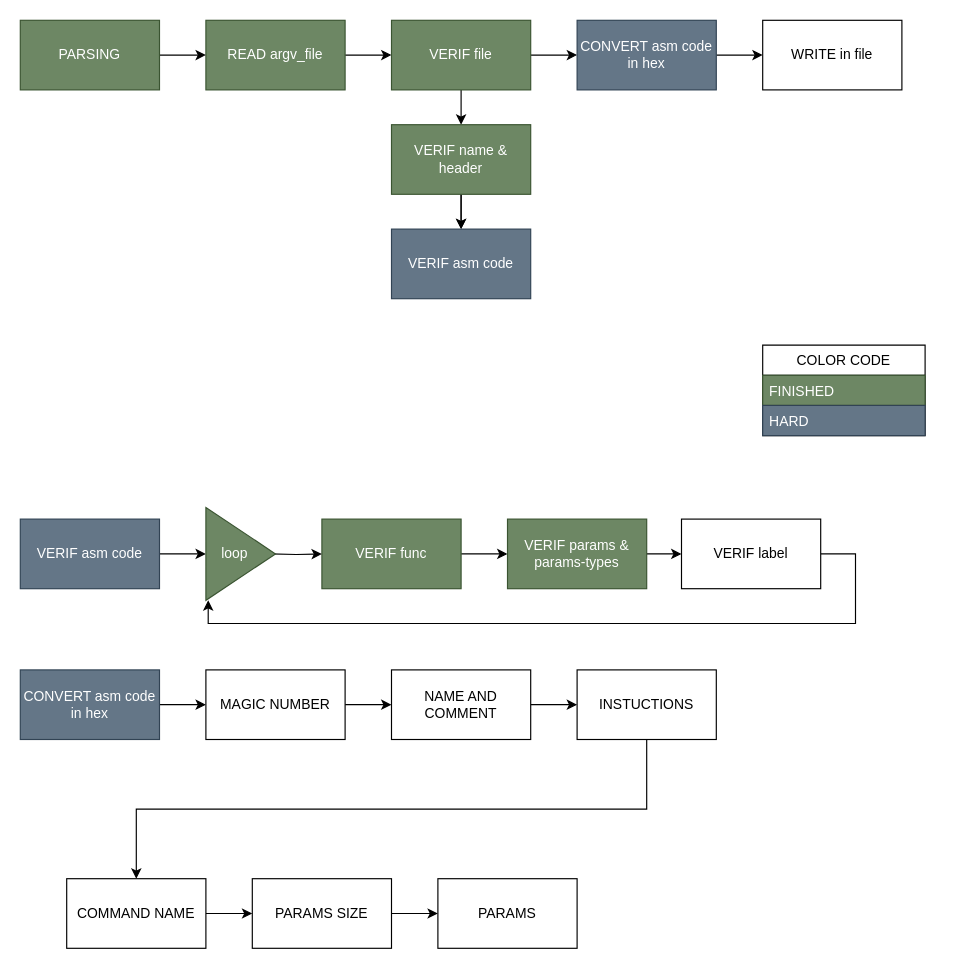
This is archi/archi_asm.drawio from PierreMauger/Corewar, a draw.io file, before an edit. Source tidied: cells renumbered, new cells numbered last; positions are measured from the earlier drawing's top-left corner, leaving out a move shared by most shapes. Both pictures are drawn from the tidied source at 116%, with x=0, y=0 at pixel (20, 20).
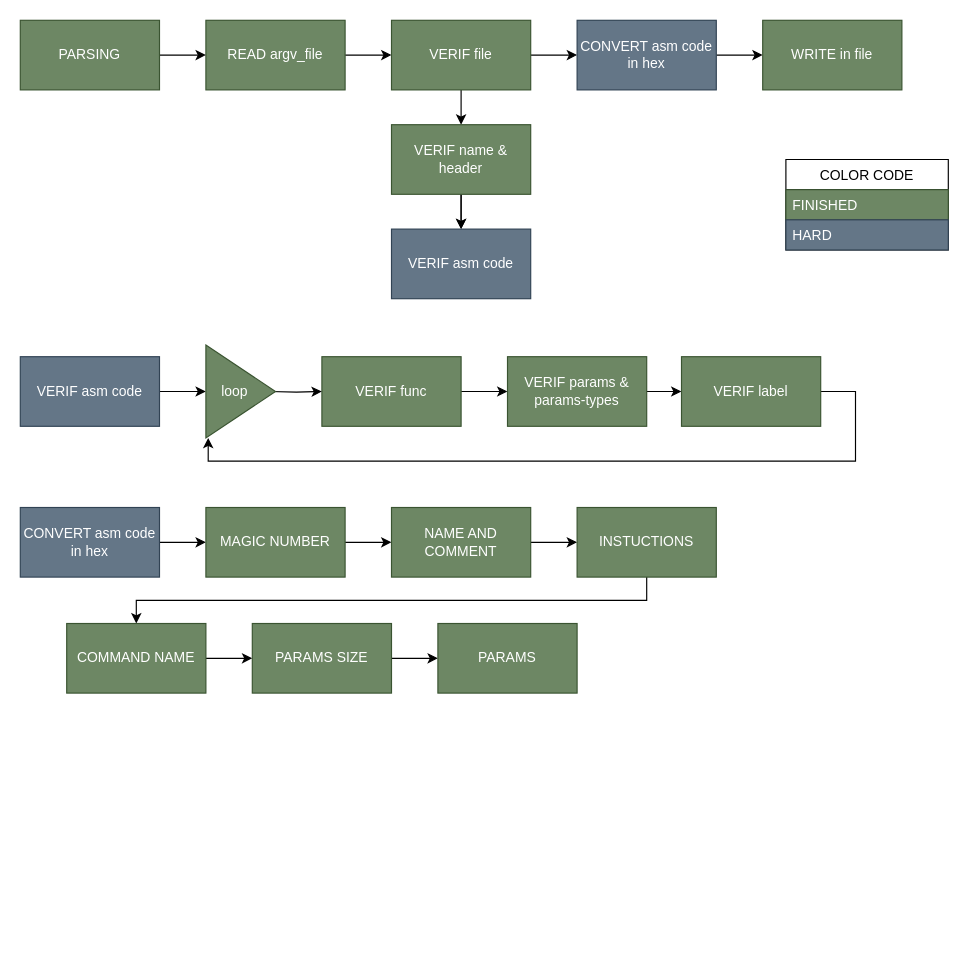
The same diagram, later.

Commit message (it also covers changes not shown here):
FIX: update tester path and asm drawio

Diff of the diagram source:
```diff
@@
-    <mxCell id="15" value="WRITE in file" style="rounded=0;whiteSpace=wrap;html=1;" parent="1" vertex="1">
+    <mxCell id="15" value="WRITE in file" style="rounded=0;whiteSpace=wrap;html=1;fillColor=#6d8764;strokeColor=#3A5431;fontColor=#ffffff;" parent="1" vertex="1">
       <mxGeometry x="640" width="120" height="60" as="geometry" />
     </mxCell>
@@
     <mxCell id="17" value="VERIF asm code" style="rounded=0;whiteSpace=wrap;html=1;fillColor=#647687;strokeColor=#314354;fontColor=#ffffff;" parent="1" vertex="1">
-      <mxGeometry y="430" width="120" height="60" as="geometry" />
+      <mxGeometry y="290" width="120" height="60" as="geometry" />
     </mxCell>
     <mxCell id="18" style="edgeStyle=orthogonalEdgeStyle;rounded=0;jettySize=auto;html=1;" parent="1" edge="1" source="19">
       <mxGeometry relative="1" as="geometry">
-        <mxPoint x="160" y="590" as="targetPoint" />
+        <mxPoint x="160" y="450" as="targetPoint" />
       </mxGeometry>
     </mxCell>
     <mxCell id="19" value="&lt;div&gt;CONVERT asm code&lt;br&gt;&lt;/div&gt;&lt;div&gt;in hex&lt;br&gt;&lt;/div&gt;" style="rounded=0;whiteSpace=wrap;html=1;fillColor=#647687;strokeColor=#314354;fontColor=#ffffff;" parent="1" vertex="1">
-      <mxGeometry y="560" width="120" height="60" as="geometry" />
+      <mxGeometry y="420" width="120" height="60" as="geometry" />
     </mxCell>
@@
     <mxCell id="21" value="VERIF func" style="rounded=0;whiteSpace=wrap;html=1;fillColor=#6d8764;strokeColor=#3A5431;fontColor=#ffffff;" parent="1" vertex="1">
-      <mxGeometry x="260" y="430" width="120" height="60" as="geometry" />
+      <mxGeometry x="260" y="290" width="120" height="60" as="geometry" />
     </mxCell>
     <mxCell id="22" style="edgeStyle=orthogonalEdgeStyle;rounded=0;jettySize=auto;html=1;entryX=0.033;entryY=1;entryDx=0;entryDy=0;entryPerimeter=0;" parent="1" edge="1" source="30" target="26">
       <mxGeometry relative="1" as="geometry">
         <Array as="points">
-          <mxPoint x="720" y="460" />
-          <mxPoint x="720" y="520" />
-          <mxPoint x="162" y="520" />
+          <mxPoint x="720" y="320" />
+          <mxPoint x="720" y="380" />
+          <mxPoint x="162" y="380" />
         </Array>
       </mxGeometry>
     </mxCell>
@@
     <mxCell id="24" value="VERIF params &amp;amp; params-types" style="rounded=0;whiteSpace=wrap;html=1;fillColor=#6d8764;strokeColor=#3A5431;fontColor=#ffffff;" parent="1" vertex="1">
-      <mxGeometry x="420" y="430" width="120" height="60" as="geometry" />
+      <mxGeometry x="420" y="290" width="120" height="60" as="geometry" />
     </mxCell>
     <mxCell id="25" style="edgeStyle=orthogonalEdgeStyle;rounded=0;jettySize=auto;html=1;" parent="1" edge="1" target="21">
       <mxGeometry relative="1" as="geometry">
-        <mxPoint x="215" y="460" as="sourcePoint" />
+        <mxPoint x="215" y="320" as="sourcePoint" />
       </mxGeometry>
     </mxCell>
     <mxCell id="26" value="&lt;div&gt;loop&amp;nbsp;&amp;nbsp;&amp;nbsp; &lt;br&gt;&lt;/div&gt;" style="triangle;whiteSpace=wrap;html=1;fillColor=#6d8764;strokeColor=#3A5431;fontColor=#ffffff;" parent="1" vertex="1">
-      <mxGeometry x="160" y="420" width="60" height="80" as="geometry" />
+      <mxGeometry x="160" y="280" width="60" height="80" as="geometry" />
     </mxCell>
     <mxCell id="27" value="COLOR CODE" style="swimlane;fontStyle=0;horizontal=1;startSize=26;fillColor=none;" parent="1" vertex="1">
-      <mxGeometry x="640" y="280" width="140" height="78" as="geometry" />
+      <mxGeometry x="660" y="120" width="140" height="78" as="geometry" />
     </mxCell>
@@
-    <mxCell id="30" value="VERIF label" style="rounded=0;whiteSpace=wrap;html=1;" parent="1" vertex="1">
-      <mxGeometry x="570" y="430" width="120" height="60" as="geometry" />
+    <mxCell id="30" value="VERIF label" style="rounded=0;whiteSpace=wrap;html=1;fillColor=#6d8764;strokeColor=#3A5431;fontColor=#ffffff;" parent="1" vertex="1">
+      <mxGeometry x="570" y="290" width="120" height="60" as="geometry" />
     </mxCell>
@@
-    <mxCell id="32" value="MAGIC NUMBER" style="rounded=0;whiteSpace=wrap;html=1;" parent="1" vertex="1">
-      <mxGeometry x="160" y="560" width="120" height="60" as="geometry" />
+    <mxCell id="32" value="MAGIC NUMBER" style="rounded=0;whiteSpace=wrap;html=1;fillColor=#6d8764;strokeColor=#3A5431;fontColor=#ffffff;" parent="1" vertex="1">
+      <mxGeometry x="160" y="420" width="120" height="60" as="geometry" />
     </mxCell>
@@
-    <mxCell id="34" value="NAME AND COMMENT" style="rounded=0;whiteSpace=wrap;html=1;" parent="1" vertex="1">
-      <mxGeometry x="320" y="560" width="120" height="60" as="geometry" />
+    <mxCell id="34" value="NAME AND COMMENT" style="rounded=0;whiteSpace=wrap;html=1;fillColor=#6d8764;strokeColor=#3A5431;fontColor=#ffffff;" parent="1" vertex="1">
+      <mxGeometry x="320" y="420" width="120" height="60" as="geometry" />
     </mxCell>
@@
-    <mxCell id="36" value="INSTUCTIONS" style="rounded=0;whiteSpace=wrap;html=1;" parent="1" vertex="1">
-      <mxGeometry x="480" y="560" width="120" height="60" as="geometry" />
+    <mxCell id="36" value="INSTUCTIONS" style="rounded=0;whiteSpace=wrap;html=1;fillColor=#6d8764;strokeColor=#3A5431;fontColor=#ffffff;" parent="1" vertex="1">
+      <mxGeometry x="480" y="420" width="120" height="60" as="geometry" />
     </mxCell>
@@
-    <mxCell id="38" value="COMMAND NAME" style="rounded=0;whiteSpace=wrap;html=1;" parent="1" vertex="1">
-      <mxGeometry x="40" y="740" width="120" height="60" as="geometry" />
+    <mxCell id="38" value="COMMAND NAME" style="rounded=0;whiteSpace=wrap;html=1;fillColor=#6d8764;strokeColor=#3A5431;fontColor=#ffffff;" parent="1" vertex="1">
+      <mxGeometry x="40" y="520" width="120" height="60" as="geometry" />
     </mxCell>
@@
-    <mxCell id="40" value="PARAMS SIZE" style="rounded=0;whiteSpace=wrap;html=1;" parent="1" vertex="1">
-      <mxGeometry x="200" y="740" width="120" height="60" as="geometry" />
+    <mxCell id="40" value="PARAMS SIZE" style="rounded=0;whiteSpace=wrap;html=1;fillColor=#6d8764;strokeColor=#3A5431;fontColor=#ffffff;" parent="1" vertex="1">
+      <mxGeometry x="200" y="520" width="120" height="60" as="geometry" />
     </mxCell>
-    <mxCell id="41" value="PARAMS" style="rounded=0;whiteSpace=wrap;html=1;" parent="1" vertex="1">
-      <mxGeometry x="360" y="740" width="120" height="60" as="geometry" />
+    <mxCell id="41" value="PARAMS" style="rounded=0;whiteSpace=wrap;html=1;fillColor=#6d8764;strokeColor=#3A5431;fontColor=#ffffff;" parent="1" vertex="1">
+      <mxGeometry x="360" y="520" width="120" height="60" as="geometry" />
     </mxCell>
```
